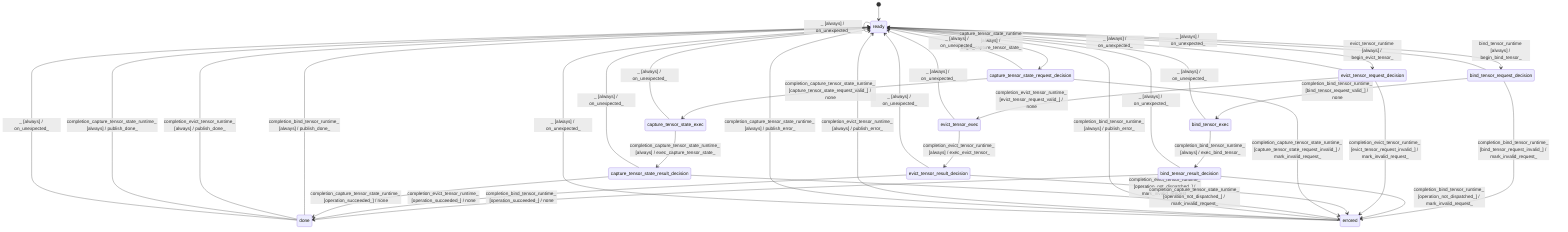
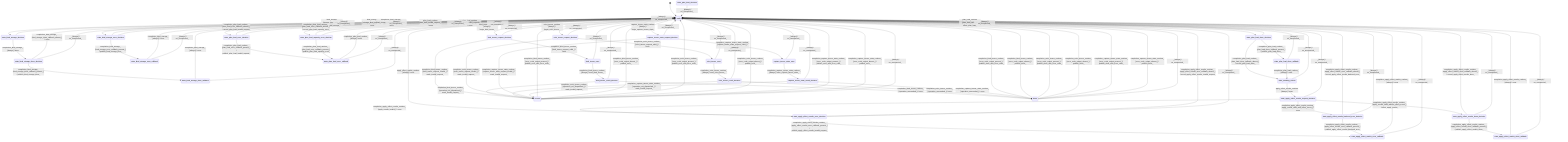
stateDiagram-v2
  direction TB
  [*] --> ready
+   ready --> state_bind_storage_decision : bind_storage [storage_bind_valid_] / effect_bind_storage_
+   ready --> state_bind_storage_error_decision : bind_storage [storage_bind_invalid_] / none
+   state_bind_storage_decision --> state_bind_storage_done_decision : completion_bind_storage_ [always] / none
+   state_bind_storage_done_decision --> state_bind_storage_done_callback : completion_bind_storage_ [bind_storage_done_callback_present_] / publish_bind_storage_done_
+   state_bind_storage_done_decision --> ready : completion_bind_storage_ [bind_storage_done_callback_absent_] / none
+   state_bind_storage_done_callback --> ready : completion_bind_storage_ [always] / none
+   state_bind_storage_error_decision --> state_bind_storage_error_callback : completion_bind_storage_ [bind_storage_error_callback_present_] / publish_bind_storage_error_
+   state_bind_storage_error_decision --> ready : completion_bind_storage_ [bind_storage_error_callback_absent_] / none
+   state_bind_storage_error_callback --> ready : completion_bind_storage_ [always] / none
+   ready --> state_plan_load_done_decision : plan_load_runtime [plan_load_valid_] / effect_plan_load_
+   ready --> state_plan_load_error_decision : plan_load_runtime [plan_load_invalid_request_] / none
+   ready --> state_plan_load_capacity_error_decision : plan_load_runtime [plan_load_invalid_capacity_] / none
+   state_plan_load_done_decision --> state_plan_load_done_callback : completion_plan_load_runtime_ [plan_load_done_callback_present_] / publish_plan_load_done_
+   state_plan_load_done_decision --> state_awaiting_effects : completion_plan_load_runtime_ [plan_load_done_callback_absent_] / record_plan_load_done_
+   state_plan_load_done_callback --> state_awaiting_effects : completion_plan_load_runtime_ [always] / none
+   state_plan_load_error_decision --> state_plan_load_error_callback : completion_plan_load_runtime_ [plan_load_error_callback_present_] / publish_plan_load_invalid_request_
+   state_plan_load_error_decision --> ready : completion_plan_load_runtime_ [plan_load_error_callback_absent_] / record_plan_load_invalid_request_
+   state_plan_load_capacity_error_decision --> state_plan_load_error_callback : completion_plan_load_runtime_ [plan_load_error_callback_present_] / publish_plan_load_capacity_error_
+   state_plan_load_capacity_error_decision --> ready : completion_plan_load_runtime_ [plan_load_error_callback_absent_] / record_plan_load_capacity_error_
+   state_plan_load_error_callback --> ready : completion_plan_load_runtime_ [always] / none
+   state_awaiting_effects --> state_apply_effect_results_request_decision : apply_effect_results_runtime [always] / none
+   state_apply_effect_results_request_decision --> state_apply_effect_results_error_decision : completion_apply_effect_results_runtime_ [apply_results_invalid_] / none
+   state_apply_effect_results_request_decision --> state_apply_effect_results_backend_error_decision : completion_apply_effect_results_runtime_ [apply_results_valid_with_effect_errors_] / none
+   state_apply_effect_results_request_decision --> state_apply_effect_results_done_decision : completion_apply_effect_results_runtime_ [apply_results_valid_without_effect_errors_] / effect_apply_results_
+   ready --> state_apply_effect_results_error_decision : apply_effect_results_runtime [always] / none
+   state_apply_effect_results_done_decision --> state_apply_effect_results_done_callback : completion_apply_effect_results_runtime_ [apply_effect_results_done_callback_present_] / publish_apply_effect_results_done_
+   state_apply_effect_results_done_decision --> ready : completion_apply_effect_results_runtime_ [apply_effect_results_done_callback_absent_] / record_apply_effect_results_done_
+   state_apply_effect_results_done_callback --> ready : completion_apply_effect_results_runtime_ [always] / none
+   state_apply_effect_results_error_decision --> state_apply_effect_results_error_callback : completion_apply_effect_results_runtime_ [apply_effect_results_error_callback_present_] / publish_apply_effect_results_invalid_request_
+   state_apply_effect_results_error_decision --> ready : completion_apply_effect_results_runtime_ [apply_effect_results_error_callback_absent_] / record_apply_effect_results_invalid_request_
+   state_apply_effect_results_backend_error_decision --> state_apply_effect_results_error_callback : completion_apply_effect_results_runtime_ [apply_effect_results_error_callback_present_] / publish_apply_effect_results_backend_error_
+   state_apply_effect_results_backend_error_decision --> ready : completion_apply_effect_results_runtime_ [apply_effect_results_error_callback_absent_] / record_apply_effect_results_backend_error_
+   state_apply_effect_results_error_callback --> ready : completion_apply_effect_results_runtime_ [always] / none
  ready --> bind_tensor_request_decision : bind_tensor_runtime [always] / begin_bind_tensor_
  bind_tensor_request_decision --> bind_tensor_exec : completion_bind_tensor_runtime_ [bind_tensor_request_valid_] / none
  bind_tensor_request_decision --> errored : completion_bind_tensor_runtime_ [bind_tensor_request_invalid_] / mark_invalid_request_
  bind_tensor_exec --> bind_tensor_result_decision : completion_bind_tensor_runtime_ [always] / exec_bind_tensor_
  bind_tensor_result_decision --> done : completion_bind_tensor_runtime_ [operation_succeeded_] / none
  bind_tensor_result_decision --> errored : completion_bind_tensor_runtime_ [operation_not_dispatched_] / mark_invalid_request_
  ready --> evict_tensor_request_decision : evict_tensor_runtime [always] / begin_evict_tensor_
  evict_tensor_request_decision --> evict_tensor_exec : completion_evict_tensor_runtime_ [evict_tensor_request_valid_] / none
  evict_tensor_request_decision --> errored : completion_evict_tensor_runtime_ [evict_tensor_request_invalid_] / mark_invalid_request_
  evict_tensor_exec --> evict_tensor_result_decision : completion_evict_tensor_runtime_ [always] / exec_evict_tensor_
  evict_tensor_result_decision --> done : completion_evict_tensor_runtime_ [operation_succeeded_] / none
  evict_tensor_result_decision --> errored : completion_evict_tensor_runtime_ [operation_not_dispatched_] / mark_invalid_request_
  ready --> capture_tensor_state_request_decision : capture_tensor_state_runtime [always] / begin_capture_tensor_state_
  capture_tensor_state_request_decision --> capture_tensor_state_exec : completion_capture_tensor_state_runtime_ [capture_tensor_state_request_valid_] / none
  capture_tensor_state_request_decision --> errored : completion_capture_tensor_state_runtime_ [capture_tensor_state_request_invalid_] / mark_invalid_request_
  capture_tensor_state_exec --> capture_tensor_state_result_decision : completion_capture_tensor_state_runtime_ [always] / exec_capture_tensor_state_
  capture_tensor_state_result_decision --> done : completion_capture_tensor_state_runtime_ [operation_succeeded_] / none
  capture_tensor_state_result_decision --> errored : completion_capture_tensor_state_runtime_ [operation_not_dispatched_] / mark_invalid_request_
-   done --> ready : completion_bind_tensor_runtime_ [always] / publish_done_
-   errored --> ready : completion_bind_tensor_runtime_ [always] / publish_error_
-   done --> ready : completion_evict_tensor_runtime_ [always] / publish_done_
-   errored --> ready : completion_evict_tensor_runtime_ [always] / publish_error_
-   done --> ready : completion_capture_tensor_state_runtime_ [always] / publish_done_
-   errored --> ready : completion_capture_tensor_state_runtime_ [always] / publish_error_
+   done --> ready : completion_bind_tensor_runtime_ [error_code_output_present_] / publish_done_with_error_code_
+   done --> ready : completion_bind_tensor_runtime_ [error_code_output_absent_] / publish_done_
+   errored --> ready : completion_bind_tensor_runtime_ [error_code_output_present_] / publish_error_with_error_code_
+   errored --> ready : completion_bind_tensor_runtime_ [error_code_output_absent_] / publish_error_
+   done --> ready : completion_evict_tensor_runtime_ [error_code_output_present_] / publish_done_with_error_code_
+   done --> ready : completion_evict_tensor_runtime_ [error_code_output_absent_] / publish_done_
+   errored --> ready : completion_evict_tensor_runtime_ [error_code_output_present_] / publish_error_with_error_code_
+   errored --> ready : completion_evict_tensor_runtime_ [error_code_output_absent_] / publish_error_
+   done --> ready : completion_capture_tensor_state_runtime_ [error_code_output_present_] / publish_done_with_error_code_
+   done --> ready : completion_capture_tensor_state_runtime_ [error_code_output_absent_] / publish_done_
+   errored --> ready : completion_capture_tensor_state_runtime_ [error_code_output_present_] / publish_error_with_error_code_
+   errored --> ready : completion_capture_tensor_state_runtime_ [error_code_output_absent_] / publish_error_
  ready --> ready : _ [always] / on_unexpected_
+   state_bind_storage_decision --> ready : _ [always] / on_unexpected_
+   state_bind_storage_done_decision --> ready : _ [always] / on_unexpected_
+   state_bind_storage_done_callback --> ready : _ [always] / on_unexpected_
+   state_bind_storage_error_decision --> ready : _ [always] / on_unexpected_
+   state_bind_storage_error_callback --> ready : _ [always] / on_unexpected_
+   state_plan_load_decision --> ready : _ [always] / on_unexpected_
+   state_plan_load_done_decision --> ready : _ [always] / on_unexpected_
+   state_plan_load_done_callback --> ready : _ [always] / on_unexpected_
+   state_plan_load_error_decision --> ready : _ [always] / on_unexpected_
+   state_plan_load_capacity_error_decision --> ready : _ [always] / on_unexpected_
+   state_plan_load_error_callback --> ready : _ [always] / on_unexpected_
+   state_awaiting_effects --> ready : _ [always] / on_unexpected_
+   state_apply_effect_results_request_decision --> ready : _ [always] / on_unexpected_
+   state_apply_effect_results_done_decision --> ready : _ [always] / on_unexpected_
+   state_apply_effect_results_done_callback --> ready : _ [always] / on_unexpected_
+   state_apply_effect_results_error_decision --> ready : _ [always] / on_unexpected_
+   state_apply_effect_results_backend_error_decision --> ready : _ [always] / on_unexpected_
+   state_apply_effect_results_error_callback --> ready : _ [always] / on_unexpected_
  bind_tensor_request_decision --> ready : _ [always] / on_unexpected_
  bind_tensor_exec --> ready : _ [always] / on_unexpected_
  bind_tensor_result_decision --> ready : _ [always] / on_unexpected_
  evict_tensor_request_decision --> ready : _ [always] / on_unexpected_
  evict_tensor_exec --> ready : _ [always] / on_unexpected_
  evict_tensor_result_decision --> ready : _ [always] / on_unexpected_
  capture_tensor_state_request_decision --> ready : _ [always] / on_unexpected_
  capture_tensor_state_exec --> ready : _ [always] / on_unexpected_
  capture_tensor_state_result_decision --> ready : _ [always] / on_unexpected_
  done --> ready : _ [always] / on_unexpected_
  errored --> ready : _ [always] / on_unexpected_
